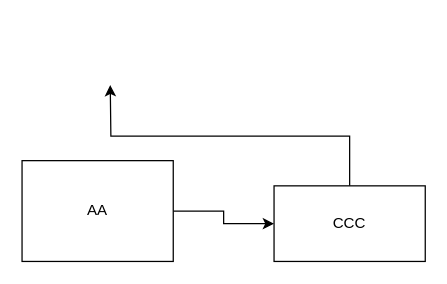
This is 测试流程.drawio from zhangwenhuad/visio, a draw.io file, before an edit. Source tidied: cells renumbered, new cells numbered last; positions are measured from the earlier drawing's top-left corner, leaving out a move shared by most shapes. Both pictures are drawn from the tidied source at 126%, with x=0, y=0 at pixel (21, 84).
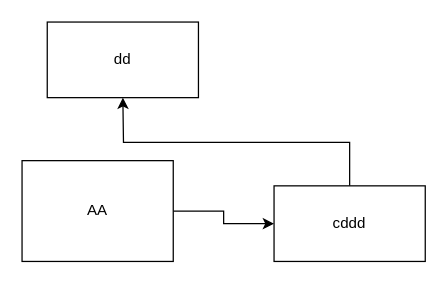
The same page after the edit.

Change to the diagram source:
```diff
@@
 <mxGraphModel>
   <root>
     <mxCell id="0" />
     <mxCell id="1" parent="0" />
     <mxCell id="2" style="edgeStyle=orthogonalEdgeStyle;rounded=0;jettySize=auto;html=1;" parent="1" edge="1" source="3" target="5">
       <mxGeometry relative="1" as="geometry" />
     </mxCell>
     <mxCell id="3" value="AA" style="rounded=0;whiteSpace=wrap;html=1;" parent="1" vertex="1">
       <mxGeometry y="60" width="120" height="80" as="geometry" />
     </mxCell>
     <mxCell id="4" style="edgeStyle=orthogonalEdgeStyle;rounded=0;jettySize=auto;html=1;exitX=0.5;exitY=0;exitDx=0;exitDy=0;" parent="1" edge="1" source="5">
       <mxGeometry relative="1" as="geometry">
-        <mxPoint x="70" as="targetPoint" />
+        <mxPoint x="80" y="10" as="targetPoint" />
       </mxGeometry>
     </mxCell>
-    <mxCell id="5" value="CCC" style="rounded=0;whiteSpace=wrap;html=1;" parent="1" vertex="1">
+    <mxCell id="5" value="cddd" style="rounded=0;whiteSpace=wrap;html=1;" parent="1" vertex="1">
       <mxGeometry x="200" y="80" width="120" height="60" as="geometry" />
     </mxCell>
+    <mxCell id="6" value="dd" style="rounded=0;whiteSpace=wrap;html=1;" parent="1" vertex="1">
+      <mxGeometry x="20" y="-50" width="120" height="60" as="geometry" />
+    </mxCell>
   </root>
 </mxGraphModel>
```
